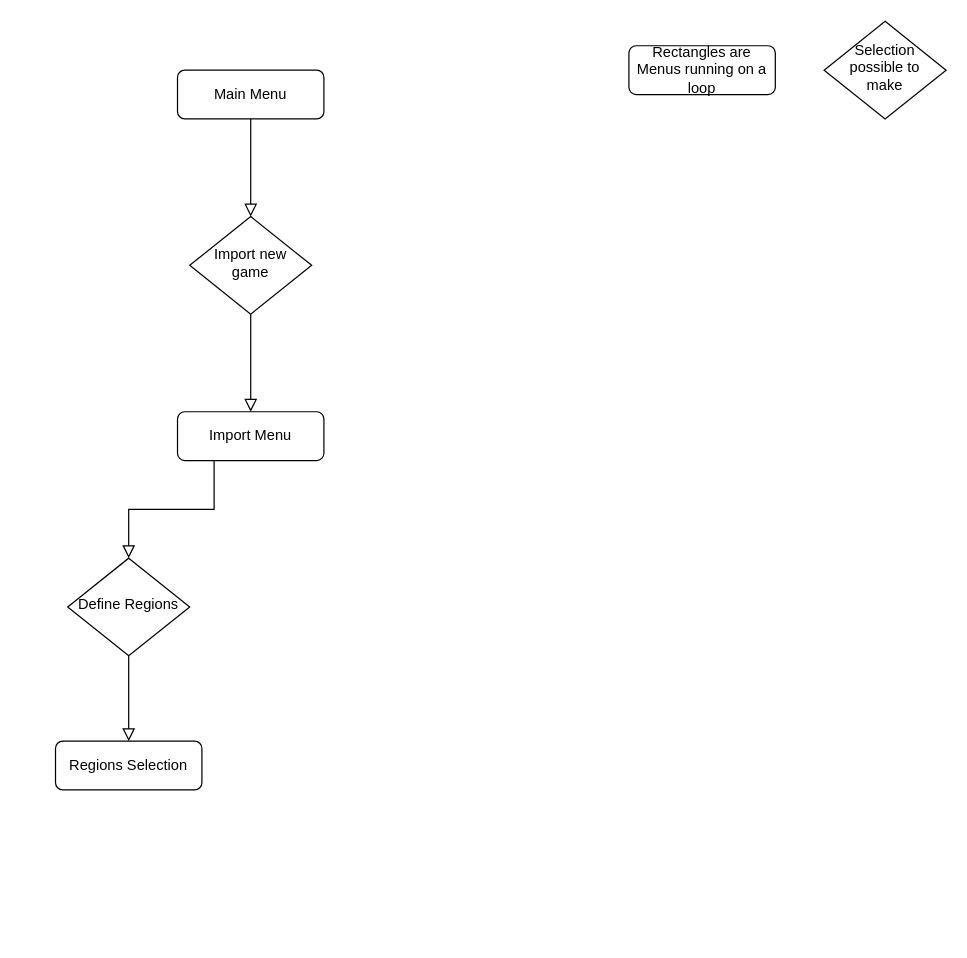
Earlier version of the draw.io diagram docs/source/MainLoopFlow.drawio (ScienceGamez/pysimgame). Source tidied: cells renumbered, new cells numbered last; positions are measured from the earlier drawing's top-left corner, leaving out a move shared by most shapes. Both pictures are drawn from the tidied source at 122%, with x=0, y=0 at pixel (55, 21).
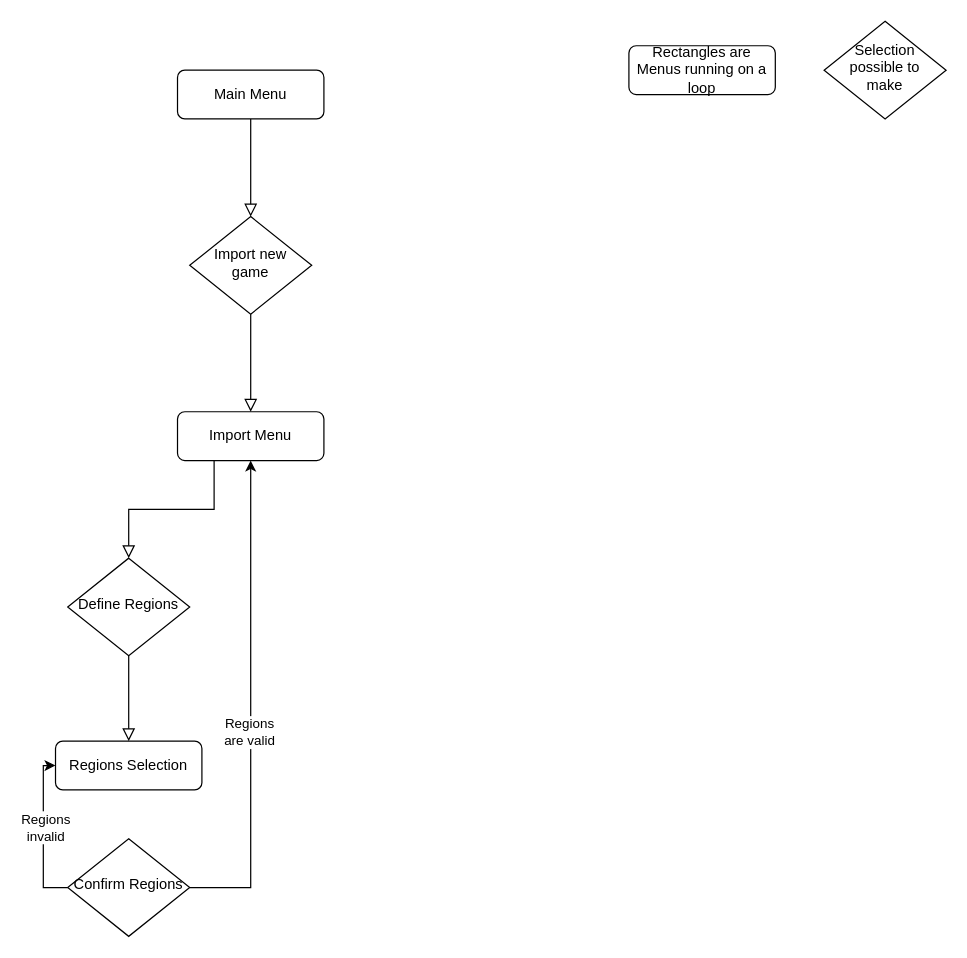
Above is the later version.

Diff of the diagram source:
```diff
@@
 <mxGraphModel>
   <root>
     <mxCell id="0" />
     <mxCell id="1" parent="0" />
     <mxCell id="2" style="rounded=0;html=1;jettySize=auto;fontSize=11;endArrow=block;endFill=0;endSize=8;strokeWidth=1;shadow=0;labelBackgroundColor=none;edgeStyle=orthogonalEdgeStyle;" parent="1" edge="1" source="3" target="4">
       <mxGeometry relative="1" as="geometry" />
     </mxCell>
     <mxCell id="3" value="Main Menu" style="rounded=1;whiteSpace=wrap;html=1;fontSize=12;glass=0;strokeWidth=1;shadow=0;" parent="1" vertex="1">
       <mxGeometry x="100" y="40" width="120" height="40" as="geometry" />
     </mxCell>
     <mxCell id="4" value="Import new game" style="rhombus;whiteSpace=wrap;html=1;shadow=0;fontFamily=Helvetica;fontSize=12;align=center;strokeWidth=1;spacing=6;spacingTop=-4;" parent="1" vertex="1">
       <mxGeometry x="110" y="160" width="100" height="80" as="geometry" />
     </mxCell>
     <mxCell id="5" value="Import Menu" style="rounded=1;whiteSpace=wrap;html=1;fontSize=12;glass=0;strokeWidth=1;shadow=0;" parent="1" vertex="1">
       <mxGeometry x="100" y="320" width="120" height="40" as="geometry" />
     </mxCell>
     <mxCell id="6" style="rounded=0;html=1;jettySize=auto;fontSize=11;endArrow=block;endFill=0;endSize=8;strokeWidth=1;shadow=0;labelBackgroundColor=none;edgeStyle=orthogonalEdgeStyle;exitX=0.5;exitY=1;exitDx=0;exitDy=0;entryX=0.5;entryY=0;entryDx=0;entryDy=0;" parent="1" edge="1" source="4" target="5">
       <mxGeometry relative="1" as="geometry" />
     </mxCell>
     <mxCell id="7" style="rounded=0;html=1;jettySize=auto;fontSize=11;endArrow=block;endFill=0;endSize=8;strokeWidth=1;shadow=0;labelBackgroundColor=none;edgeStyle=orthogonalEdgeStyle;exitX=0.25;exitY=1;exitDx=0;exitDy=0;entryX=0.5;entryY=0;entryDx=0;entryDy=0;" parent="1" edge="1" source="5" target="8">
       <mxGeometry relative="1" as="geometry" />
     </mxCell>
     <mxCell id="8" value="Define Regions" style="rhombus;whiteSpace=wrap;html=1;shadow=0;fontFamily=Helvetica;fontSize=12;align=center;strokeWidth=1;spacing=6;spacingTop=-4;" parent="1" vertex="1">
       <mxGeometry x="10" y="440" width="100" height="80" as="geometry" />
     </mxCell>
     <mxCell id="9" value="Regions Selection" style="rounded=1;whiteSpace=wrap;html=1;fontSize=12;glass=0;strokeWidth=1;shadow=0;" parent="1" vertex="1">
       <mxGeometry y="590" width="120" height="40" as="geometry" />
     </mxCell>
     <mxCell id="10" style="rounded=0;html=1;jettySize=auto;fontSize=11;endArrow=block;endFill=0;endSize=8;strokeWidth=1;shadow=0;labelBackgroundColor=none;edgeStyle=orthogonalEdgeStyle;exitX=0.5;exitY=1;exitDx=0;exitDy=0;" parent="1" edge="1" source="8">
       <mxGeometry relative="1" as="geometry">
         <mxPoint x="60" y="590" as="targetPoint" />
       </mxGeometry>
     </mxCell>
     <mxCell id="11" value="Rectangles are Menus running on a loop" style="rounded=1;whiteSpace=wrap;html=1;fontSize=12;glass=0;strokeWidth=1;shadow=0;" parent="1" vertex="1">
       <mxGeometry x="470" y="20" width="120" height="40" as="geometry" />
     </mxCell>
     <mxCell id="12" value="Selection possible to make" style="rhombus;whiteSpace=wrap;html=1;shadow=0;fontFamily=Helvetica;fontSize=12;align=center;strokeWidth=1;spacing=6;spacingTop=-4;" parent="1" vertex="1">
       <mxGeometry x="630" width="100" height="80" as="geometry" />
     </mxCell>
+    <mxCell id="13" style="endArrow=classic;html=1;edgeStyle=orthogonalEdgeStyle;elbow=vertical;rounded=0;exitX=1;exitY=0.5;exitDx=0;exitDy=0;" parent="1" edge="1" source="15" target="5">
+      <mxGeometry relative="1" as="geometry" />
+    </mxCell>
+    <mxCell id="14" value="Regions &lt;br&gt;are&amp;nbsp;valid" style="edgeLabel;html=1;align=center;verticalAlign=middle;" parent="13" vertex="1">
+      <mxGeometry x="-0.11" y="2" relative="1" as="geometry" />
+    </mxCell>
+    <mxCell id="15" value="Confirm Regions" style="rhombus;whiteSpace=wrap;html=1;shadow=0;fontFamily=Helvetica;fontSize=12;align=center;strokeWidth=1;spacing=6;spacingTop=-4;" parent="1" vertex="1">
+      <mxGeometry x="10" y="670" width="100" height="80" as="geometry" />
+    </mxCell>
+    <mxCell id="16" style="endArrow=classic;html=1;exitX=0;exitY=0.5;exitDx=0;exitDy=0;entryX=0;entryY=0.5;entryDx=0;entryDy=0;edgeStyle=orthogonalEdgeStyle;elbow=vertical;rounded=0;" parent="1" edge="1" source="15" target="9">
+      <mxGeometry relative="1" as="geometry" />
+    </mxCell>
+    <mxCell id="17" value="Regions&lt;br&gt;invalid" style="edgeLabel;html=1;align=center;verticalAlign=middle;" parent="16" vertex="1">
+      <mxGeometry x="0.32" y="-1" relative="1" as="geometry">
+        <mxPoint y="16" as="offset" />
+      </mxGeometry>
+    </mxCell>
   </root>
 </mxGraphModel>
```
